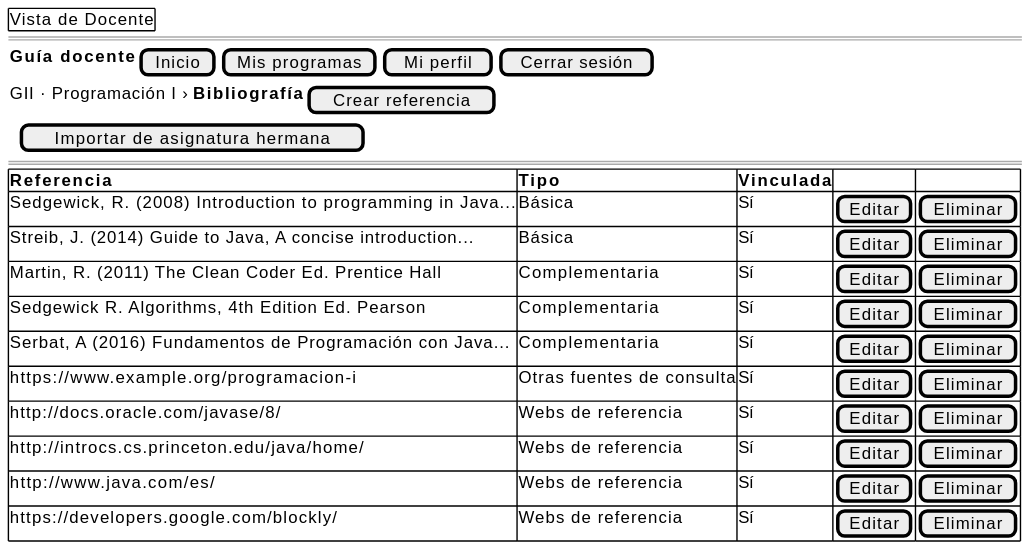
Above: images/RUP/01-requisitos/03-detalle-casos-uso/abrirReferenciasBibliograficas/wireframe.svg in mmasias/pyCeldaPublico (PlantUML), before the change.
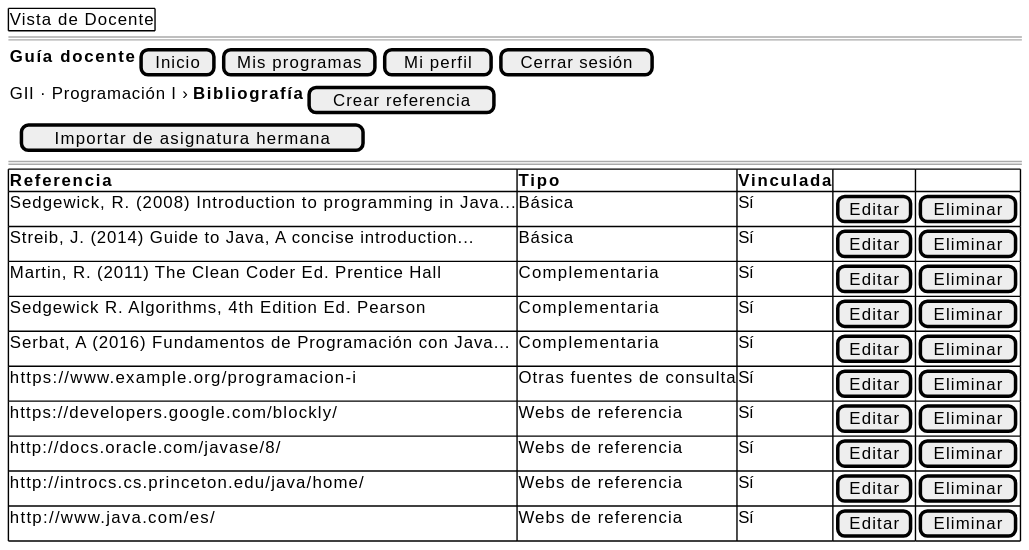
After the commit.

What changed in the source:
```diff
@@ -14,10 +14,10 @@
         Sedgewick R. Algorithms, 4th Edition Ed. Pearson | Complementaria | Sí | [Editar] | [Eliminar]
         Serbat, A (2016) Fundamentos de Programación con Java... | Complementaria | Sí | [Editar] | [Eliminar]
         https://www.example.org/programacion-i | Otras fuentes de consulta | Sí | [Editar] | [Eliminar]
+        https://developers.google.com/blockly/ | Webs de referencia | Sí | [Editar] | [Eliminar]
         http://docs.oracle.com/javase/8/ | Webs de referencia | Sí | [Editar] | [Eliminar]
         http://introcs.cs.princeton.edu/java/home/ | Webs de referencia | Sí | [Editar] | [Eliminar]
         http://www.java.com/es/ | Webs de referencia | Sí | [Editar] | [Eliminar]
-        https://developers.google.com/blockly/ | Webs de referencia | Sí | [Editar] | [Eliminar]
     }
 }
 @endsalt
```
